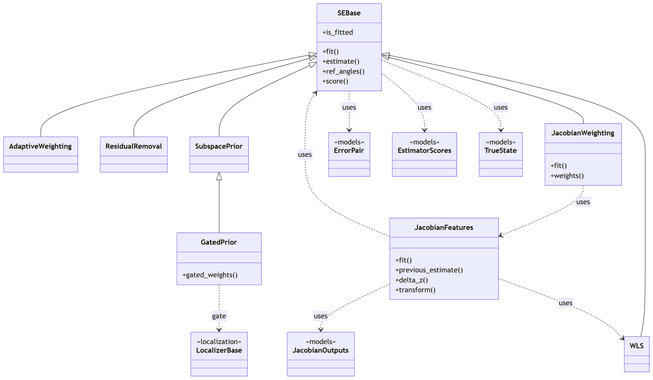
The Mermaid diagram docs/figures/diagrams/classes_estimation.png in myersben9/fdia-graph, before a commit. Its source is kept beside it as docs/figures/diagrams/classes_estimation.mmd.
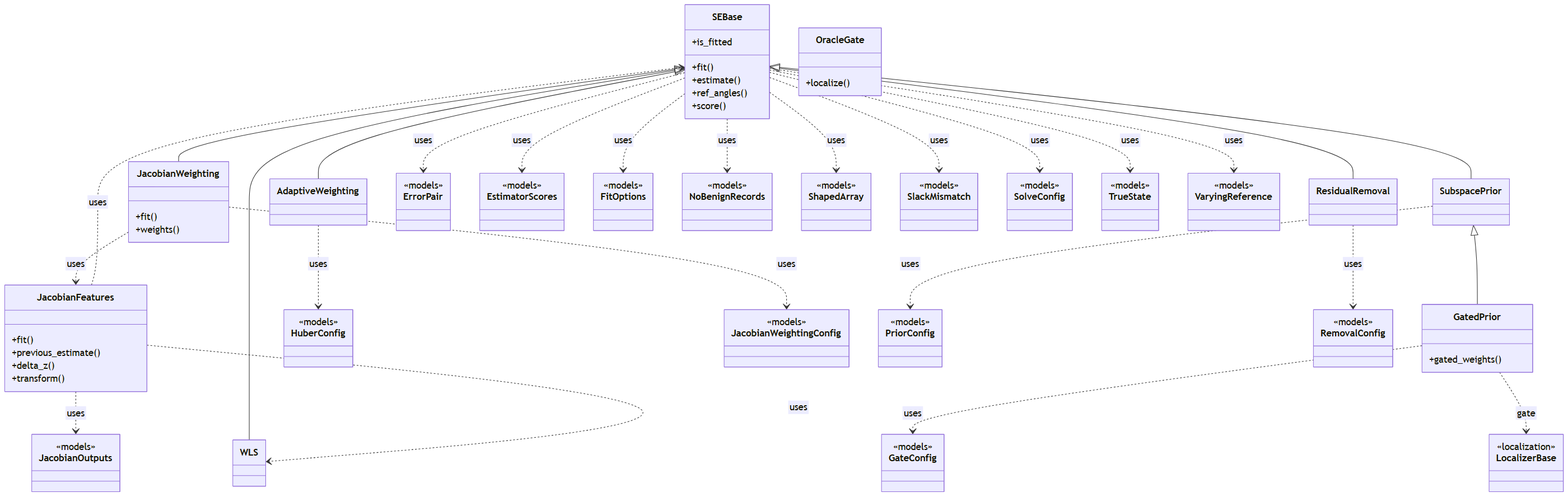
Later version of the same file.

The edit, as a diff of the source:
```diff
@@ -18,6 +18,9 @@
         +fit()
         +weights()
     }
+    class OracleGate {
+        +localize()
+    }
     class GatedPrior {
         +gated_weights()
     }
@@ -33,13 +36,46 @@
     class EstimatorScores {
         <<models>>
     }
+    class FitOptions {
+        <<models>>
+    }
+    class GateConfig {
+        <<models>>
+    }
+    class HuberConfig {
+        <<models>>
+    }
     class JacobianOutputs {
+        <<models>>
+    }
+    class JacobianWeightingConfig {
         <<models>>
     }
     class LocalizerBase {
         <<localization>>
     }
+    class NoBenignRecords {
+        <<models>>
+    }
+    class PriorConfig {
+        <<models>>
+    }
+    class RemovalConfig {
+        <<models>>
+    }
+    class ShapedArray {
+        <<models>>
+    }
+    class SlackMismatch {
+        <<models>>
+    }
+    class SolveConfig {
+        <<models>>
+    }
     class TrueState {
+        <<models>>
+    }
+    class VaryingReference {
         <<models>>
     }
     SEBase <|-- AdaptiveWeighting
@@ -48,11 +84,22 @@
     SEBase <|-- SubspacePrior
     SEBase <|-- WLS
     SubspacePrior <|-- GatedPrior
+    AdaptiveWeighting ..> HuberConfig : uses
+    GatedPrior ..> GateConfig : uses
     GatedPrior ..> LocalizerBase : gate
     JacobianFeatures ..> JacobianOutputs : uses
     JacobianFeatures ..> SEBase : uses
     JacobianFeatures ..> WLS : uses
     JacobianWeighting ..> JacobianFeatures : uses
+    JacobianWeighting ..> JacobianWeightingConfig : uses
+    ResidualRemoval ..> RemovalConfig : uses
     SEBase ..> ErrorPair : uses
     SEBase ..> EstimatorScores : uses
+    SEBase ..> FitOptions : uses
+    SEBase ..> NoBenignRecords : uses
+    SEBase ..> ShapedArray : uses
+    SEBase ..> SlackMismatch : uses
+    SEBase ..> SolveConfig : uses
     SEBase ..> TrueState : uses
+    SEBase ..> VaryingReference : uses
+    SubspacePrior ..> PriorConfig : uses
```
